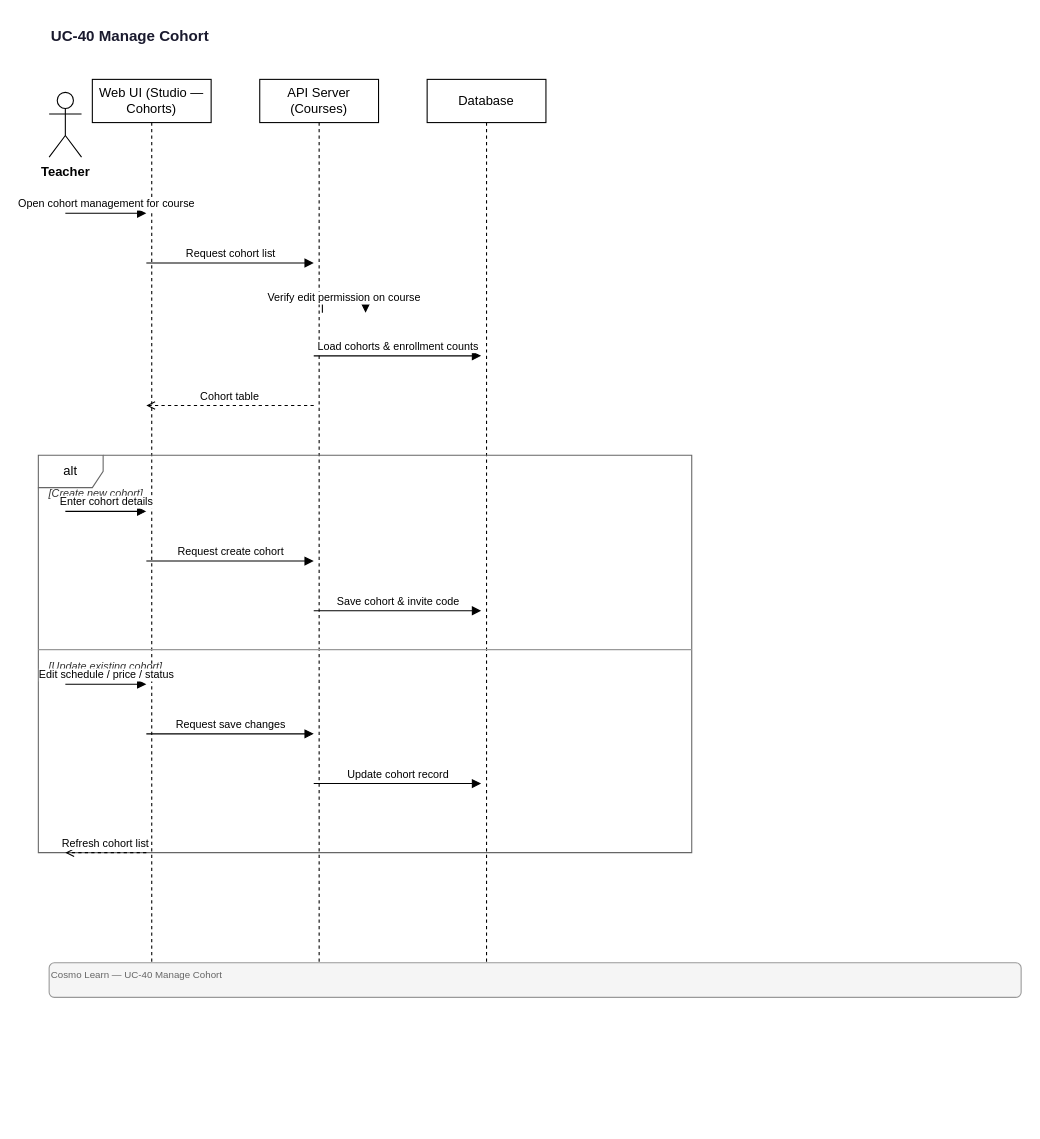
This is docs/diagrams/sequence/UC-40-Manage-Cohort.drawio from quangg1/ASTRO_EDU, a draw.io file, before an edit. Source tidied: cells renumbered, new cells numbered last; positions are measured from the earlier drawing's top-left corner, leaving out a move shared by most shapes. Both pictures are drawn from the tidied source at 108%, with x=0, y=0 at pixel (38, 18).
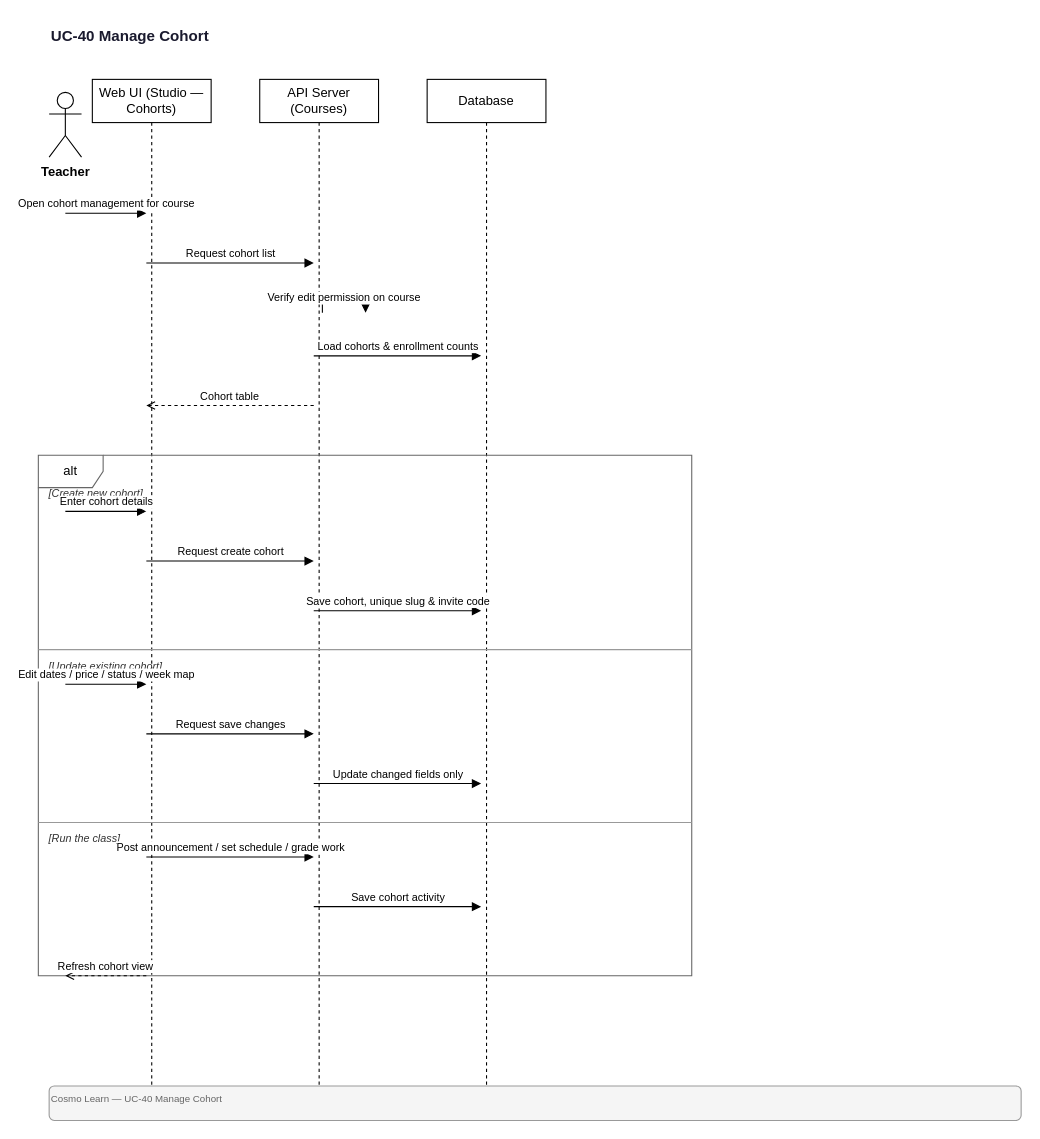
Above is the later version.

The edit, as a diff of the source:
```diff
@@
     <mxCell id="4" value="Web UI (Studio — Cohorts)" style="shape=umlLifeline;perimeter=lifelinePerimeter;whiteSpace=wrap;html=1;size=40;" parent="1" vertex="1">
-      <mxGeometry x="50" y="56" width="110" height="820" as="geometry" />
+      <mxGeometry x="50" y="56" width="110" height="934" as="geometry" />
     </mxCell>
     <mxCell id="5" value="API Server (Courses)" style="shape=umlLifeline;perimeter=lifelinePerimeter;whiteSpace=wrap;html=1;size=40;" parent="1" vertex="1">
-      <mxGeometry x="205" y="56" width="110" height="820" as="geometry" />
+      <mxGeometry x="205" y="56" width="110" height="934" as="geometry" />
     </mxCell>
     <mxCell id="6" value="Database" style="shape=umlLifeline;perimeter=lifelinePerimeter;whiteSpace=wrap;html=1;size=40;" parent="1" vertex="1">
-      <mxGeometry x="360" y="56" width="110" height="820" as="geometry" />
+      <mxGeometry x="360" y="56" width="110" height="934" as="geometry" />
     </mxCell>
@@
     <mxCell id="12" value="alt" style="shape=umlFrame;whiteSpace=wrap;html=1;fillColor=none;strokeColor=#666666;" parent="1" vertex="1">
-      <mxGeometry y="404" width="605" height="368" as="geometry" />
+      <mxGeometry y="404" width="605" height="482" as="geometry" />
     </mxCell>
@@
-    <mxCell id="16" value="Save cohort &amp; invite code" style="endArrow=block;endFill=1;html=1;fontSize=10;verticalAlign=bottom;" parent="1" edge="1">
+    <mxCell id="16" value="Save cohort, unique slug &amp; invite code" style="endArrow=block;endFill=1;html=1;fontSize=10;verticalAlign=bottom;" parent="1" edge="1">
       <mxGeometry relative="1" as="geometry">
         <mxPoint x="255" y="548" as="sourcePoint" />
         <mxPoint x="410" y="548" as="targetPoint" />
       </mxGeometry>
     </mxCell>
@@
-    <mxCell id="19" value="Edit schedule / price / status" style="endArrow=block;endFill=1;html=1;fontSize=10;verticalAlign=bottom;" parent="1" edge="1">
+    <mxCell id="19" value="Edit dates / price / status / week map" style="endArrow=block;endFill=1;html=1;fontSize=10;verticalAlign=bottom;" parent="1" edge="1">
       <mxGeometry relative="1" as="geometry">
         <mxPoint x="25" y="616" as="sourcePoint" />
         <mxPoint x="100" y="616" as="targetPoint" />
       </mxGeometry>
     </mxCell>
@@
-    <mxCell id="21" value="Update cohort record" style="endArrow=block;endFill=1;html=1;fontSize=10;verticalAlign=bottom;" parent="1" edge="1">
+    <mxCell id="21" value="Update changed fields only" style="endArrow=block;endFill=1;html=1;fontSize=10;verticalAlign=bottom;" parent="1" edge="1">
       <mxGeometry relative="1" as="geometry">
         <mxPoint x="255" y="708" as="sourcePoint" />
         <mxPoint x="410" y="708" as="targetPoint" />
       </mxGeometry>
     </mxCell>
-    <mxCell id="22" value="Refresh cohort list" style="endArrow=open;endFill=0;html=1;dashed=1;fontSize=10;verticalAlign=bottom;" parent="1" edge="1">
-      <mxGeometry relative="1" as="geometry">
-        <mxPoint x="100" y="772" as="sourcePoint" />
-        <mxPoint x="25" y="772" as="targetPoint" />
-      </mxGeometry>
+    <mxCell id="22" value="[Run the class]" style="text;html=1;strokeColor=none;fillColor=none;align=left;verticalAlign=middle;fontSize=10;fontStyle=2;fontColor=#333333;" parent="1" vertex="1">
+      <mxGeometry x="8" y="750" width="589" height="18" as="geometry" />
     </mxCell>
-    <mxCell id="23" value="Cosmo Learn — UC-40 Manage Cohort" style="text;html=1;strokeColor=#999;fillColor=#f5f5f5;align=left;verticalAlign=top;fontSize=9;fontColor=#666;rounded=1;" parent="1" vertex="1">
-      <mxGeometry x="10" y="874" width="900" height="32" as="geometry" />
+    <mxCell id="23" style="endArrow=none;html=1;strokeWidth=1;strokeColor=#999999;" parent="1" edge="1">
+      <mxGeometry relative="1" as="geometry">
+        <mxPoint y="744" as="sourcePoint" />
+        <mxPoint x="605" y="744" as="targetPoint" />
+      </mxGeometry>
     </mxCell>
+    <mxCell id="24" value="Post announcement / set schedule / grade work" style="endArrow=block;endFill=1;html=1;fontSize=10;verticalAlign=bottom;" parent="1" edge="1">
+      <mxGeometry relative="1" as="geometry">
+        <mxPoint x="100" y="776" as="sourcePoint" />
+        <mxPoint x="255" y="776" as="targetPoint" />
+      </mxGeometry>
+    </mxCell>
+    <mxCell id="25" value="Save cohort activity" style="endArrow=block;endFill=1;html=1;fontSize=10;verticalAlign=bottom;" parent="1" edge="1">
+      <mxGeometry relative="1" as="geometry">
+        <mxPoint x="255" y="822" as="sourcePoint" />
+        <mxPoint x="410" y="822" as="targetPoint" />
+      </mxGeometry>
+    </mxCell>
+    <mxCell id="26" value="Refresh cohort view" style="endArrow=open;endFill=0;html=1;dashed=1;fontSize=10;verticalAlign=bottom;" parent="1" edge="1">
+      <mxGeometry relative="1" as="geometry">
+        <mxPoint x="100" y="886" as="sourcePoint" />
+        <mxPoint x="25" y="886" as="targetPoint" />
+      </mxGeometry>
+    </mxCell>
+    <mxCell id="27" value="Cosmo Learn — UC-40 Manage Cohort" style="text;html=1;strokeColor=#999;fillColor=#f5f5f5;align=left;verticalAlign=top;fontSize=9;fontColor=#666;rounded=1;" parent="1" vertex="1">
+      <mxGeometry x="10" y="988" width="900" height="32" as="geometry" />
+    </mxCell>
```
